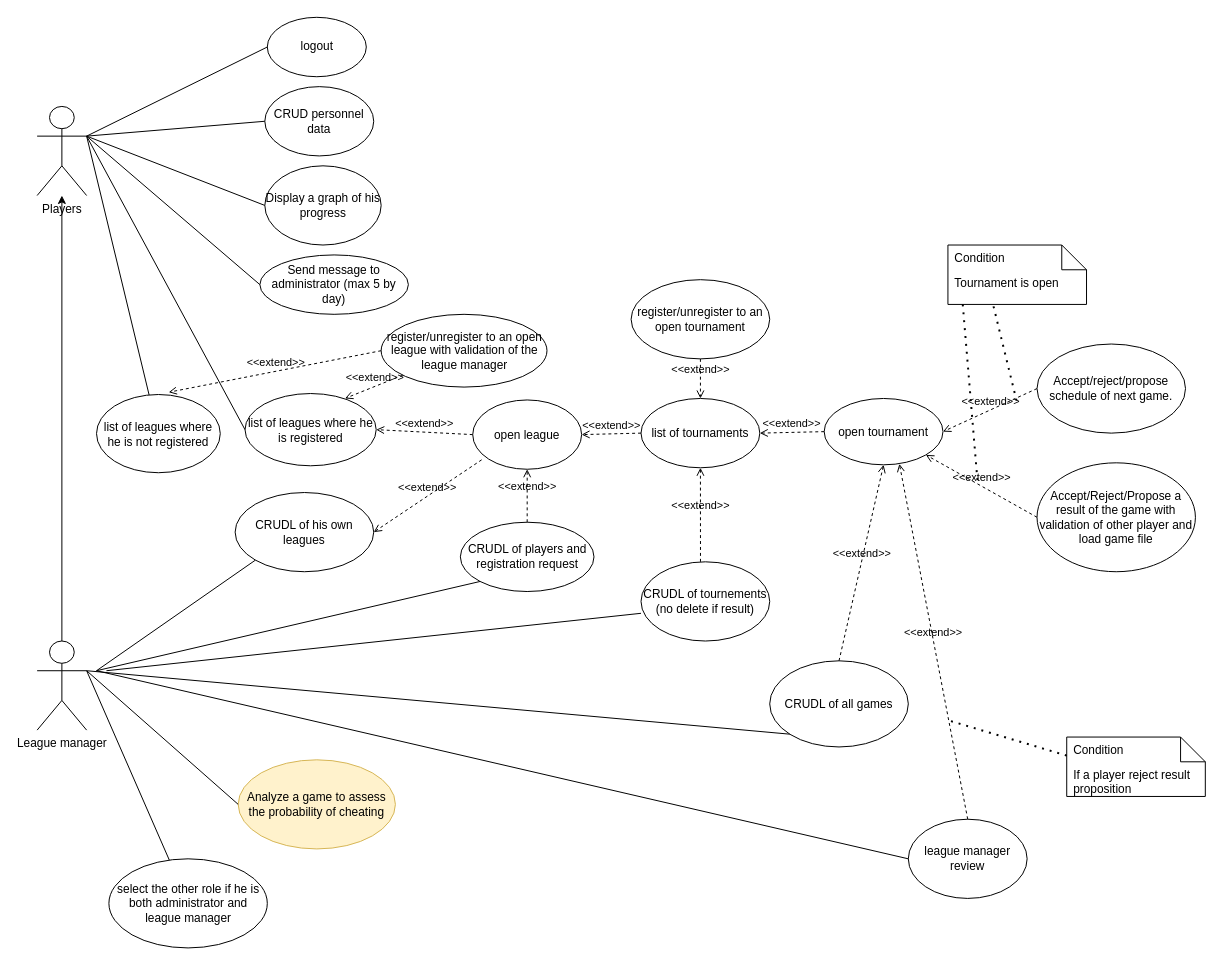
Above: diagrams/UseCases2.drawio in magitcian/OpenGoLeagues (draw.io), before the change. Source tidied: cells renumbered, new cells numbered last; positions are measured from the earlier drawing's top-left corner, leaving out a move shared by most shapes. Both pictures are drawn from the tidied source at 99%, with x=0, y=0 at pixel (37, 17).
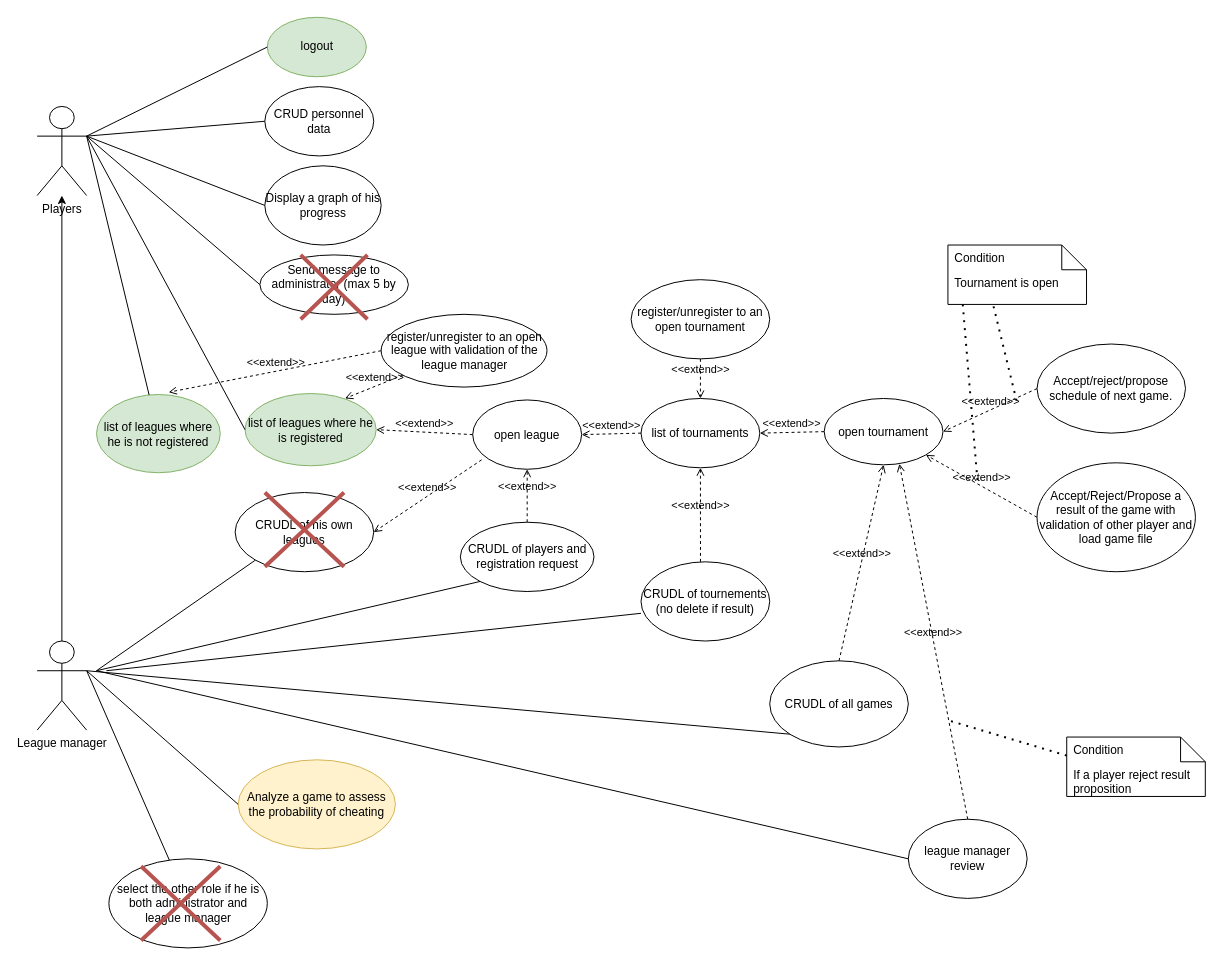
After the change.

Diff of the diagram source:
```diff
@@
-    <mxCell id="5" value="logout" style="ellipse;whiteSpace=wrap;html=1;" parent="1" vertex="1">
+    <mxCell id="5" value="logout" style="ellipse;whiteSpace=wrap;html=1;fillColor=#d5e8d4;strokeColor=#82b366;" parent="1" vertex="1">
       <mxGeometry x="232.5" width="100" height="60" as="geometry" />
     </mxCell>
@@
-    <mxCell id="7" value="list of leagues where he is registered" style="ellipse;whiteSpace=wrap;html=1;" parent="1" vertex="1">
+    <mxCell id="7" value="list of leagues where he is registered" style="ellipse;whiteSpace=wrap;html=1;fillColor=#d5e8d4;strokeColor=#82b366;" parent="1" vertex="1">
       <mxGeometry x="210" y="380" width="132.5" height="73" as="geometry" />
     </mxCell>
@@
-    <mxCell id="32" value="list of leagues where he is not registered" style="ellipse;whiteSpace=wrap;html=1;" parent="1" vertex="1">
+    <mxCell id="32" value="list of leagues where he is not registered" style="ellipse;whiteSpace=wrap;html=1;fillColor=#d5e8d4;strokeColor=#82b366;" parent="1" vertex="1">
       <mxGeometry x="60" y="381" width="125" height="79" as="geometry" />
     </mxCell>
@@
+    <mxCell id="58" style="shape=umlDestroy;fillColor=#f8cecc;strokeColor=#b85450;strokeWidth=4;" parent="1" vertex="1">
+      <mxGeometry x="230" y="480" width="80" height="75" as="geometry" />
+    </mxCell>
+    <mxCell id="59" style="shape=umlDestroy;fillColor=#f8cecc;strokeColor=#b85450;strokeWidth=4;" parent="1" vertex="1">
+      <mxGeometry x="105" y="857.5" width="80" height="75" as="geometry" />
+    </mxCell>
+    <mxCell id="60" style="shape=umlDestroy;fillColor=#f8cecc;strokeColor=#b85450;strokeWidth=4;" parent="1" vertex="1">
+      <mxGeometry x="266.2" y="240" width="67.5" height="65" as="geometry" />
+    </mxCell>
```
